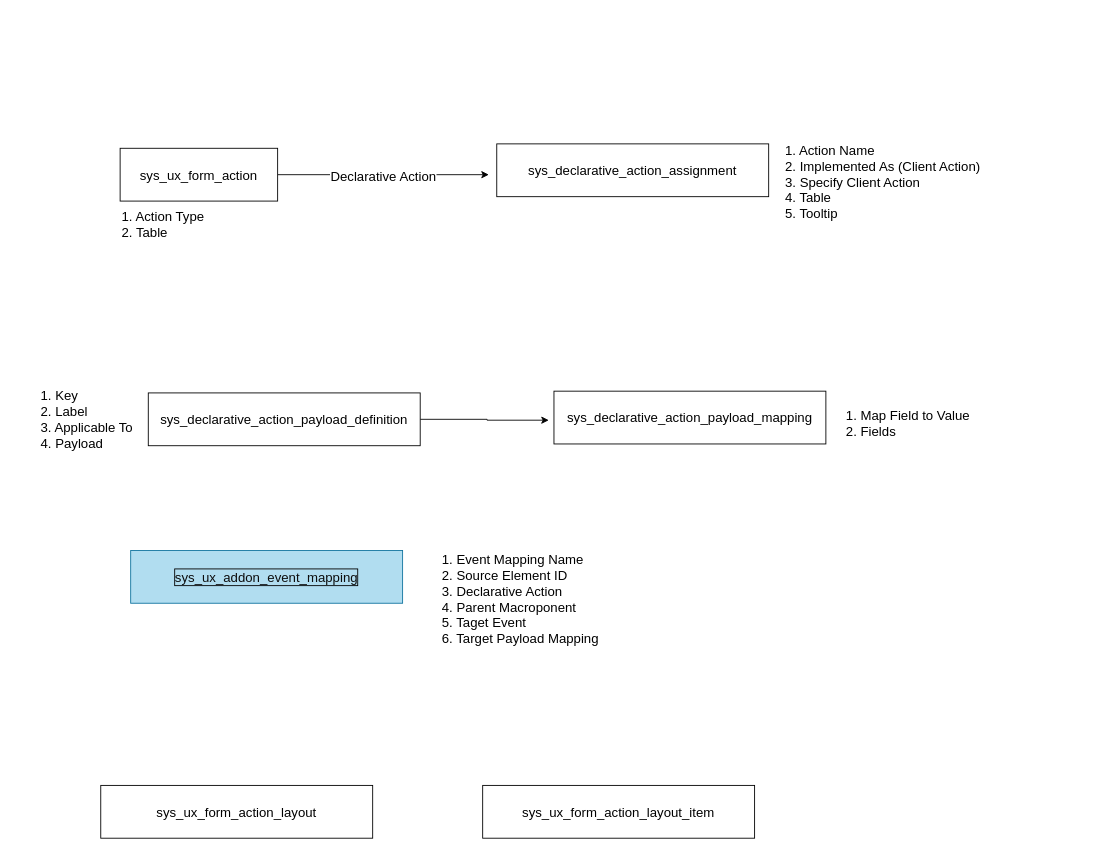
The draw.io diagram Servicenow/Actions.drawio in mukeshsingal/draw.io, before the edit. Source tidied: cells renumbered, new cells numbered last; positions are measured from the earlier drawing's top-left corner, leaving out a move shared by most shapes. Both pictures are drawn from the tidied source at 88%, with x=0, y=0 at pixel (39, 143).
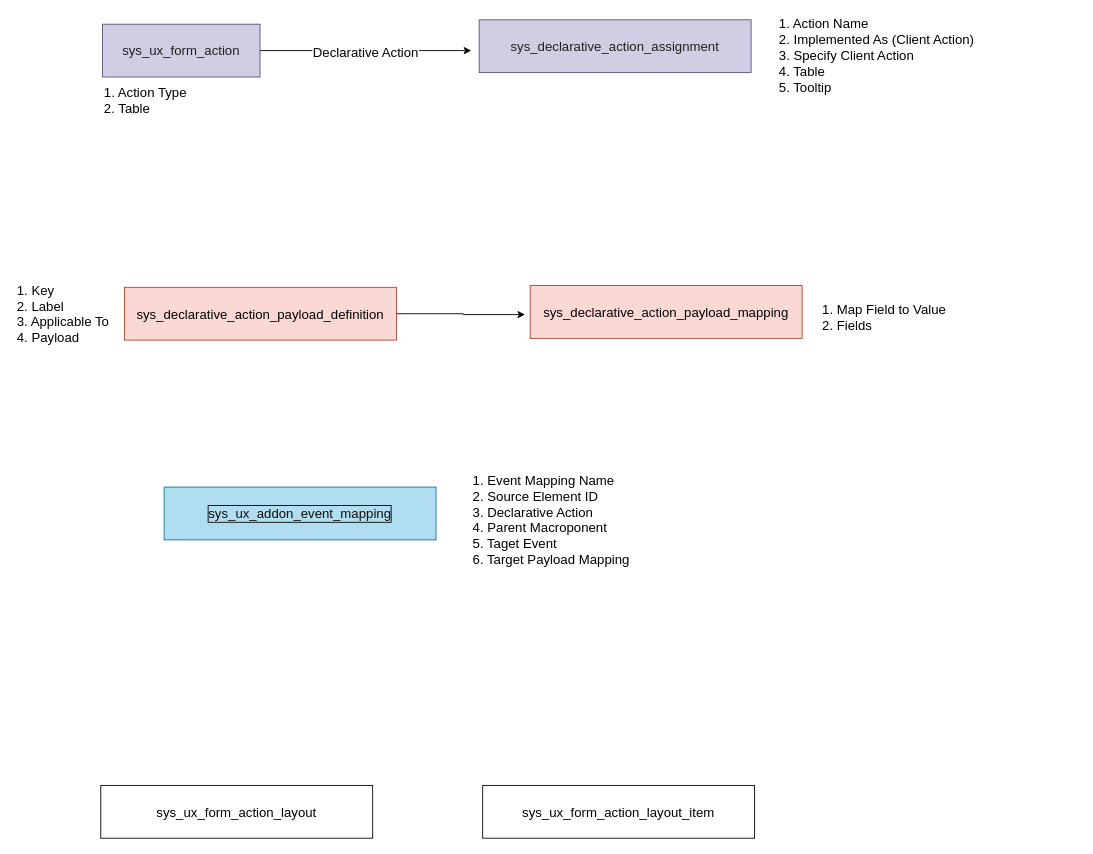
The same diagram, later.

Diff of the diagram source:
```diff
@@
 <mxGraphModel>
   <root>
     <mxCell id="0" />
     <mxCell id="1" parent="0" />
     <mxCell id="2" style="edgeStyle=orthogonalEdgeStyle;rounded=0;jettySize=auto;html=1;fontSize=15;" parent="1" edge="1" source="4">
       <mxGeometry relative="1" as="geometry">
-        <mxPoint x="511" y="35" as="targetPoint" />
+        <mxPoint x="491" y="-106" as="targetPoint" />
       </mxGeometry>
     </mxCell>
     <mxCell id="3" value="Declarative Action" style="edgeLabel;html=1;align=center;verticalAlign=middle;fontSize=15;" parent="2" vertex="1">
       <mxGeometry x="-0.01" y="-1" relative="1" as="geometry" />
     </mxCell>
-    <mxCell id="4" value="sys_ux_form_action" style="rounded=0;whiteSpace=wrap;html=1;fontSize=15;" parent="1" vertex="1">
-      <mxGeometry x="92" y="5" width="179" height="60" as="geometry" />
+    <mxCell id="4" value="sys_ux_form_action" style="rounded=0;whiteSpace=wrap;html=1;fontSize=15;fillColor=#d0cee2;strokeColor=#56517e;fontColor=#1F1F1F;" parent="1" vertex="1">
+      <mxGeometry x="72" y="-136" width="179" height="60" as="geometry" />
     </mxCell>
     <mxCell id="5" value="sys_ux_form_action_layout_item" style="rounded=0;whiteSpace=wrap;html=1;fontSize=15;" parent="1" vertex="1">
       <mxGeometry x="504" y="729" width="309" height="60" as="geometry" />
     </mxCell>
-    <mxCell id="6" value="sys_declarative_action_assignment" style="rounded=0;whiteSpace=wrap;html=1;fontSize=15;" parent="1" vertex="1">
-      <mxGeometry x="520" width="309" height="60" as="geometry" />
+    <mxCell id="6" value="sys_declarative_action_assignment" style="rounded=0;whiteSpace=wrap;html=1;fontSize=15;fillColor=#d0cee2;strokeColor=#56517e;fontColor=#1F1F1F;" parent="1" vertex="1">
+      <mxGeometry x="500" y="-141" width="309" height="60" as="geometry" />
     </mxCell>
     <mxCell id="7" value="sys_ux_addon_event_mapping" style="rounded=0;whiteSpace=wrap;html=1;fontSize=15;fillColor=#b1ddf0;strokeColor=#10739e;fontColor=#0D0D0D;labelBorderColor=default;" parent="1" vertex="1">
-      <mxGeometry x="104" y="462" width="309" height="60" as="geometry" />
+      <mxGeometry x="142" y="390" width="309" height="60" as="geometry" />
     </mxCell>
     <mxCell id="8" style="edgeStyle=orthogonalEdgeStyle;rounded=0;jettySize=auto;html=1;entryX=-0.019;entryY=0.55;entryDx=0;entryDy=0;entryPerimeter=0;fontSize=15;" parent="1" edge="1" source="9" target="13">
       <mxGeometry relative="1" as="geometry" />
     </mxCell>
-    <mxCell id="9" value="sys_declarative_action_payload_definition" style="rounded=0;whiteSpace=wrap;html=1;fontSize=15;" parent="1" vertex="1">
-      <mxGeometry x="124" y="283" width="309" height="60" as="geometry" />
+    <mxCell id="9" value="sys_declarative_action_payload_definition" style="rounded=0;whiteSpace=wrap;html=1;fontSize=15;fillColor=#fad9d5;strokeColor=#ae4132;fontColor=#030303;" parent="1" vertex="1">
+      <mxGeometry x="97" y="163" width="309" height="60" as="geometry" />
     </mxCell>
     <mxCell id="10" value="1. Action Type&lt;br&gt;2. Table" style="text;html=1;strokeColor=none;fillColor=none;align=left;verticalAlign=middle;whiteSpace=wrap;rounded=0;fontSize=15;" parent="1" vertex="1">
-      <mxGeometry x="92" y="76" width="123" height="30" as="geometry" />
+      <mxGeometry x="72" y="-65" width="123" height="30" as="geometry" />
     </mxCell>
     <mxCell id="11" value="1. Action Name&lt;br&gt;2. Implemented As (Client Action)&lt;br&gt;3. Specify Client Action&lt;br&gt;4. Table&lt;br&gt;5. Tooltip" style="text;html=1;strokeColor=none;fillColor=none;align=left;verticalAlign=middle;whiteSpace=wrap;rounded=0;fontSize=15;" parent="1" vertex="1">
-      <mxGeometry x="846" y="28" width="335" height="30" as="geometry" />
+      <mxGeometry x="839" y="-116" width="335" height="30" as="geometry" />
     </mxCell>
     <mxCell id="12" value="1. Key&lt;br&gt;2. Label&lt;br&gt;3. Applicable To&lt;br&gt;4. Payload" style="text;html=1;strokeColor=none;fillColor=none;align=left;verticalAlign=middle;whiteSpace=wrap;rounded=0;fontSize=15;" parent="1" vertex="1">
-      <mxGeometry y="298" width="335" height="30" as="geometry" />
+      <mxGeometry x="-27" y="178" width="335" height="30" as="geometry" />
     </mxCell>
-    <mxCell id="13" value="sys_declarative_action_payload_mapping" style="rounded=0;whiteSpace=wrap;html=1;fontSize=15;" parent="1" vertex="1">
-      <mxGeometry x="585" y="281" width="309" height="60" as="geometry" />
+    <mxCell id="13" value="sys_declarative_action_payload_mapping" style="rounded=0;whiteSpace=wrap;html=1;fontSize=15;fillColor=#fad9d5;strokeColor=#ae4132;fontColor=#030303;" parent="1" vertex="1">
+      <mxGeometry x="558" y="161" width="309" height="60" as="geometry" />
     </mxCell>
     <mxCell id="14" value="1. Map Field to Value&lt;br&gt;&lt;div style=&quot;text-align: left;&quot;&gt;&lt;span style=&quot;background-color: initial;&quot;&gt;2. Fields&lt;/span&gt;&lt;/div&gt;" style="text;html=1;align=center;verticalAlign=middle;strokeColor=none;fillColor=none;fontSize=15;" parent="1" vertex="1">
-      <mxGeometry x="907" y="293" width="159" height="48" as="geometry" />
+      <mxGeometry x="880" y="173" width="159" height="48" as="geometry" />
     </mxCell>
     <mxCell id="15" value="1. Event Mapping Name&lt;br&gt;2. Source Element ID&lt;br&gt;3. Declarative Action&lt;br&gt;4. Parent Macroponent&lt;br&gt;5. Taget Event&lt;br&gt;6. Target Payload Mapping" style="text;html=1;strokeColor=none;fillColor=none;align=left;verticalAlign=middle;whiteSpace=wrap;rounded=0;fontSize=15;" parent="1" vertex="1">
-      <mxGeometry x="456" y="502" width="335" height="30" as="geometry" />
+      <mxGeometry x="491" y="412" width="335" height="30" as="geometry" />
     </mxCell>
     <mxCell id="16" value="sys_ux_form_action_layout" style="rounded=0;whiteSpace=wrap;html=1;fontSize=15;" parent="1" vertex="1">
       <mxGeometry x="70" y="729" width="309" height="60" as="geometry" />
     </mxCell>
   </root>
 </mxGraphModel>
```
